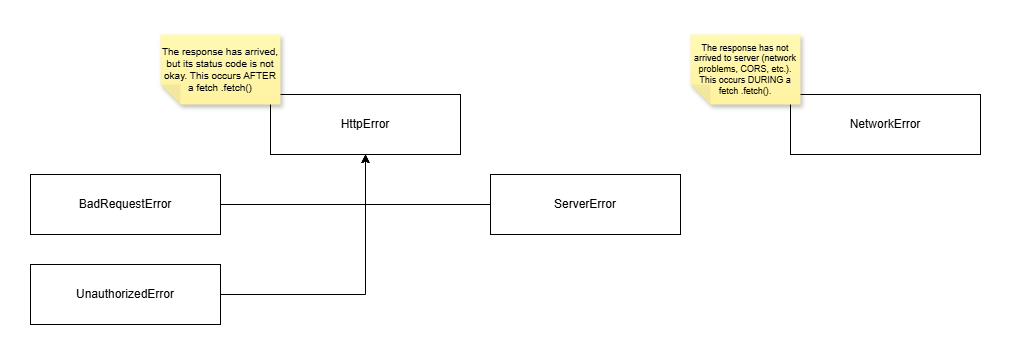
The draw.io diagram exception_handling.png in tave8/demo-login-system-frontend, before a commit. Source tidied: cells renumbered, new cells last; positions are measured from the earlier drawing's top-left corner, leaving out a move shared by most shapes. Source of this version:
```xml
<mxGraphModel>
  <root>
    <mxCell id="0" />
    <mxCell id="1" parent="0" />
    <mxCell id="2" value="HttpError" style="rounded=0;whiteSpace=wrap;html=1;" parent="1" vertex="1">
      <mxGeometry x="240" y="60" width="190" height="60" as="geometry" />
    </mxCell>
    <mxCell id="3" value="NetworkError" style="rounded=0;whiteSpace=wrap;html=1;" parent="1" vertex="1">
      <mxGeometry x="760" y="60" width="190" height="60" as="geometry" />
    </mxCell>
    <mxCell id="4" style="edgeStyle=orthogonalEdgeStyle;rounded=0;jettySize=auto;html=1;entryX=0.5;entryY=1;entryDx=0;entryDy=0;" parent="1" edge="1" source="5" target="2">
      <mxGeometry relative="1" as="geometry" />
    </mxCell>
    <mxCell id="5" value="BadRequestError" style="rounded=0;whiteSpace=wrap;html=1;" parent="1" vertex="1">
      <mxGeometry y="140" width="190" height="60" as="geometry" />
    </mxCell>
    <mxCell id="6" style="edgeStyle=orthogonalEdgeStyle;rounded=0;jettySize=auto;html=1;entryX=0.5;entryY=1;entryDx=0;entryDy=0;" parent="1" edge="1" source="7" target="2">
      <mxGeometry relative="1" as="geometry" />
    </mxCell>
    <mxCell id="7" value="UnauthorizedError" style="rounded=0;whiteSpace=wrap;html=1;" parent="1" vertex="1">
      <mxGeometry y="230" width="190" height="60" as="geometry" />
    </mxCell>
    <mxCell id="8" style="edgeStyle=orthogonalEdgeStyle;rounded=0;jettySize=auto;html=1;entryX=0.5;entryY=1;entryDx=0;entryDy=0;" parent="1" edge="1" source="9" target="2">
      <mxGeometry relative="1" as="geometry" />
    </mxCell>
    <mxCell id="9" value="ServerError" style="rounded=0;whiteSpace=wrap;html=1;" parent="1" vertex="1">
      <mxGeometry x="460" y="140" width="190" height="60" as="geometry" />
    </mxCell>
    <mxCell id="10" value="The response has arrived, but its status code is not okay. This occurs AFTER a fetch .fetch()" style="shape=note;whiteSpace=wrap;html=1;backgroundOutline=1;autosizeText=1;fontColor=#000000;darkOpacity=0.05;fillColor=#FFF9B2;strokeColor=none;fillStyle=solid;fontSize=10;direction=west;gradientDirection=north;gradientColor=#FFF2A1;shadow=1;size=20;" parent="1" vertex="1">
      <mxGeometry x="130" width="120" height="70" as="geometry" />
    </mxCell>
    <mxCell id="11" value="The response has not arrived to server (network problems, CORS, etc.). This occurs DURING a fetch .fetch()." style="shape=note;whiteSpace=wrap;html=1;backgroundOutline=1;autosizeText=1;fontColor=#000000;darkOpacity=0.05;fillColor=#FFF9B2;strokeColor=none;fillStyle=solid;fontSize=9;direction=west;gradientDirection=north;gradientColor=#FFF2A1;shadow=1;size=20;" parent="1" vertex="1">
      <mxGeometry x="660" width="110" height="70" as="geometry" />
    </mxCell>
  </root>
</mxGraphModel>
```
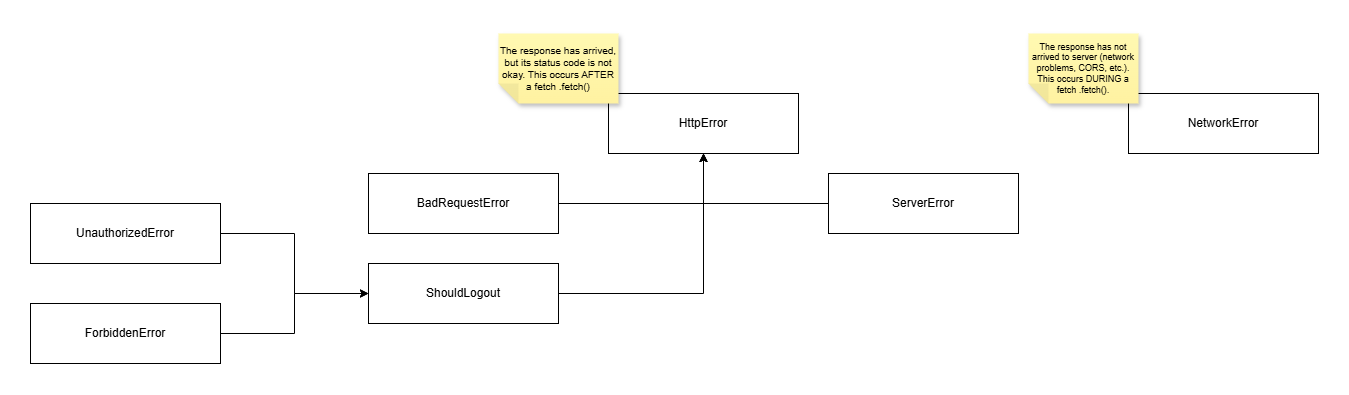
Above is the later version.

Diff of the diagram source:
```diff
@@ -14,11 +14,11 @@
     <mxCell id="5" value="BadRequestError" style="rounded=0;whiteSpace=wrap;html=1;" parent="1" vertex="1">
       <mxGeometry y="140" width="190" height="60" as="geometry" />
     </mxCell>
-    <mxCell id="6" style="edgeStyle=orthogonalEdgeStyle;rounded=0;jettySize=auto;html=1;entryX=0.5;entryY=1;entryDx=0;entryDy=0;" parent="1" edge="1" source="7" target="2">
-      <mxGeometry relative="1" as="geometry" />
-    </mxCell>
+    <mxCell id="12" style="edgeStyle=orthogonalEdgeStyle;rounded=0;jettySize=auto;html=1;exitX=1;exitY=0.5;exitDx=0;exitDy=0;entryX=0;entryY=0.5;entryDx=0;entryDy=0;" parent="1" edge="1" source="7" target="16">
+      <mxGeometry relative="1" as="geometry" />
+    </mxCell>
     <mxCell id="7" value="UnauthorizedError" style="rounded=0;whiteSpace=wrap;html=1;" parent="1" vertex="1">
-      <mxGeometry y="230" width="190" height="60" as="geometry" />
+      <mxGeometry x="-338" y="170" width="190" height="60" as="geometry" />
     </mxCell>
     <mxCell id="8" style="edgeStyle=orthogonalEdgeStyle;rounded=0;jettySize=auto;html=1;entryX=0.5;entryY=1;entryDx=0;entryDy=0;" parent="1" edge="1" source="9" target="2">
       <mxGeometry relative="1" as="geometry" />
@@ -32,5 +32,17 @@
     <mxCell id="11" value="The response has not arrived to server (network problems, CORS, etc.). This occurs DURING a fetch .fetch()." style="shape=note;whiteSpace=wrap;html=1;backgroundOutline=1;autosizeText=1;fontColor=#000000;darkOpacity=0.05;fillColor=#FFF9B2;strokeColor=none;fillStyle=solid;fontSize=9;direction=west;gradientDirection=north;gradientColor=#FFF2A1;shadow=1;size=20;" parent="1" vertex="1">
       <mxGeometry x="660" width="110" height="70" as="geometry" />
     </mxCell>
+    <mxCell id="13" style="edgeStyle=orthogonalEdgeStyle;rounded=0;jettySize=auto;html=1;entryX=0;entryY=0.5;entryDx=0;entryDy=0;" parent="1" edge="1" source="14" target="16">
+      <mxGeometry relative="1" as="geometry" />
+    </mxCell>
+    <mxCell id="14" value="ForbiddenError" style="rounded=0;whiteSpace=wrap;html=1;" parent="1" vertex="1">
+      <mxGeometry x="-338" y="270" width="190" height="60" as="geometry" />
+    </mxCell>
+    <mxCell id="15" style="edgeStyle=orthogonalEdgeStyle;rounded=0;jettySize=auto;html=1;entryX=0.5;entryY=1;entryDx=0;entryDy=0;" parent="1" edge="1" source="16" target="2">
+      <mxGeometry relative="1" as="geometry" />
+    </mxCell>
+    <mxCell id="16" value="ShouldLogout" style="rounded=0;whiteSpace=wrap;html=1;" parent="1" vertex="1">
+      <mxGeometry y="230" width="190" height="60" as="geometry" />
+    </mxCell>
   </root>
 </mxGraphModel>
```
